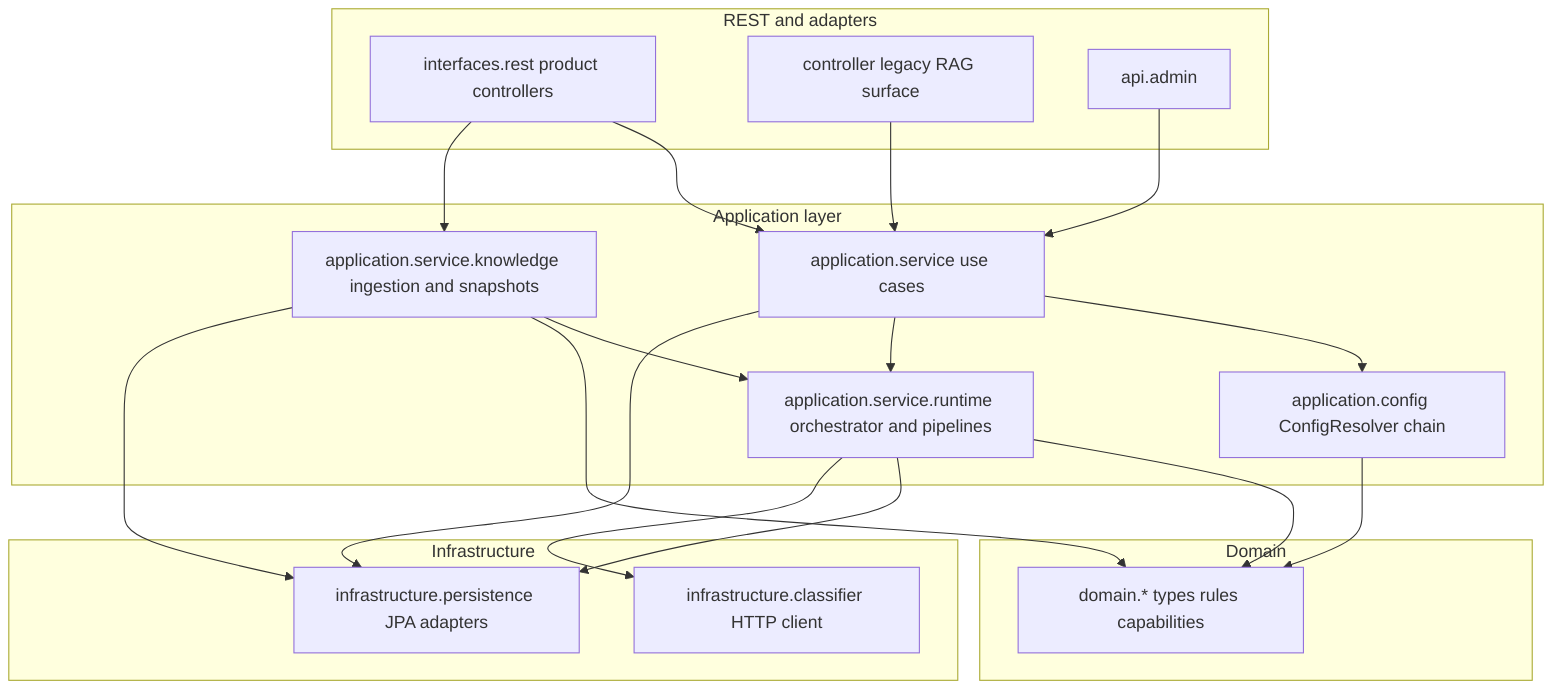
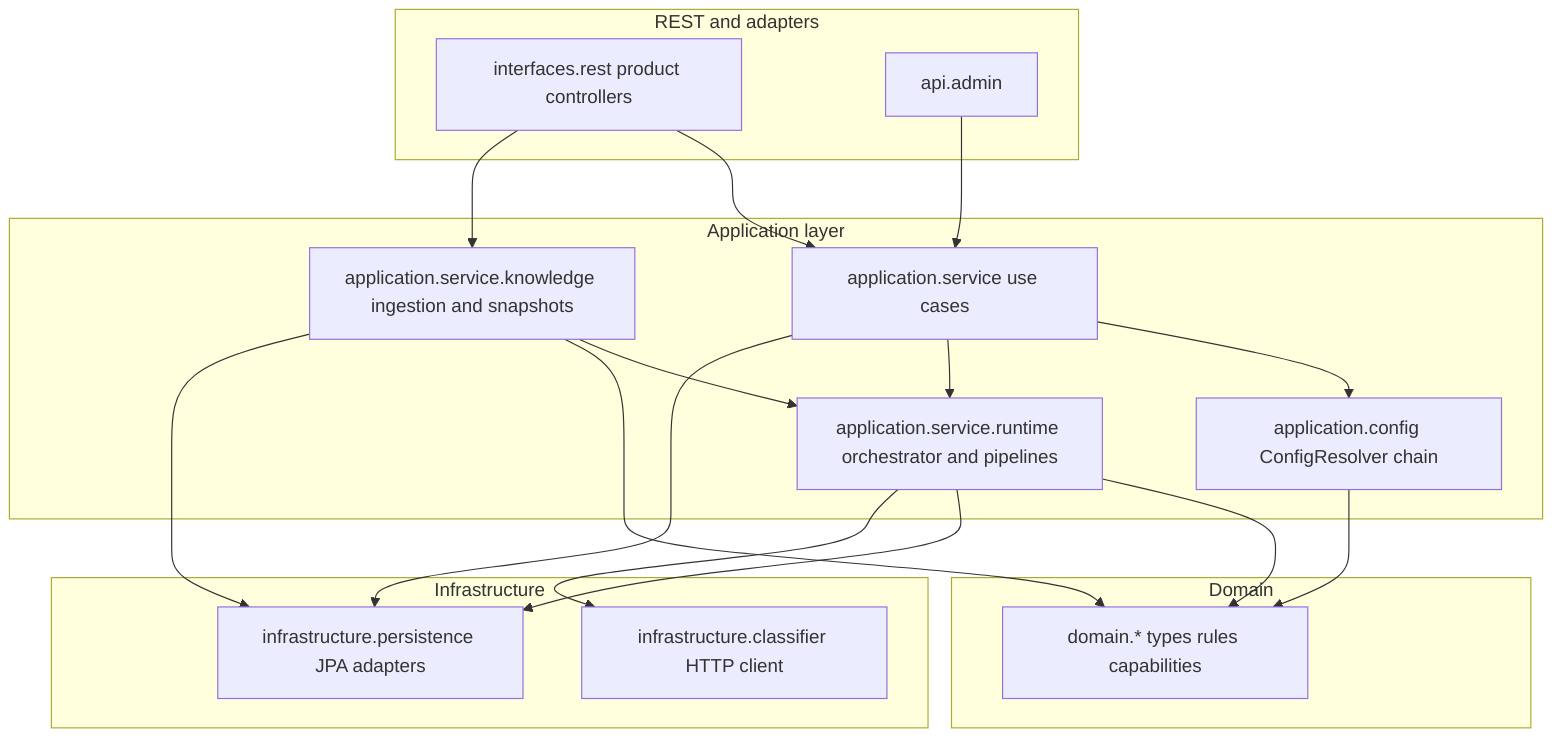
%% Backend logical view — package families (normative navigation: BACKEND_PACKAGES.md)
%% API prefixes configurable — see rag-service README
flowchart TB
  subgraph interfaces [REST and adapters]
    REST[interfaces.rest product controllers]
-     LEG[controller legacy RAG surface]
    ADM[api.admin]
  end

  subgraph application [Application layer]
    CFG[application.config ConfigResolver chain]
    SVC[application.service use cases]
    RUN[application.service.runtime orchestrator and pipelines]
    KNOW[application.service.knowledge ingestion and snapshots]
  end

  subgraph domain [Domain]
    DOM[domain.* types rules capabilities]
  end

  subgraph infra [Infrastructure]
    PERSIST[infrastructure.persistence JPA adapters]
    CLI[infrastructure.classifier HTTP client]
  end

  REST --> SVC
  REST --> KNOW
-   LEG --> SVC
  ADM --> SVC
  SVC --> CFG
  SVC --> RUN
  KNOW --> RUN
  CFG --> DOM
  RUN --> DOM
  KNOW --> DOM
  SVC --> PERSIST
  RUN --> PERSIST
  KNOW --> PERSIST
  RUN --> CLI
